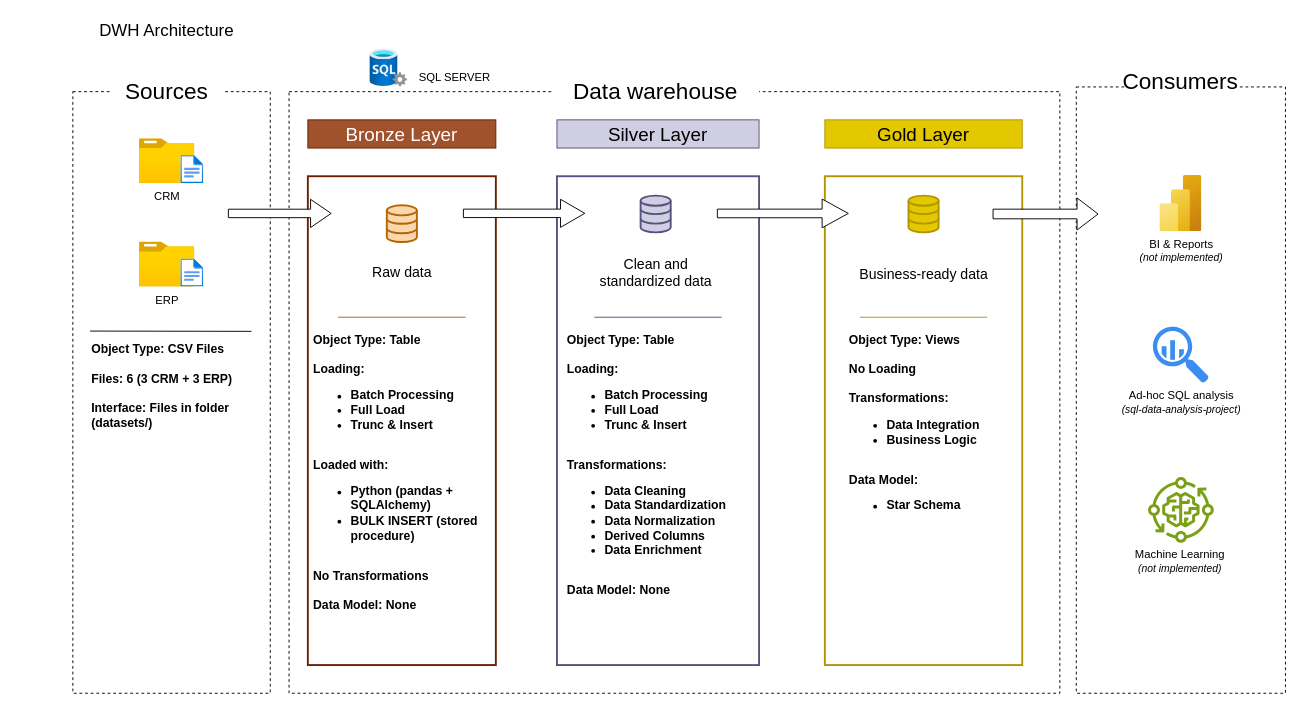
Teovi13/sql-data-warehouse-project keeps this draw.io diagram as docs/data_architecture.drawio. Above is the earlier version. Source tidied: cells renumbered, new cells numbered last; positions are measured from the earlier drawing's top-left corner, leaving out a move shared by most shapes. Both pictures are drawn from the tidied source at 94%, with x=0, y=0 at pixel (16, 16).
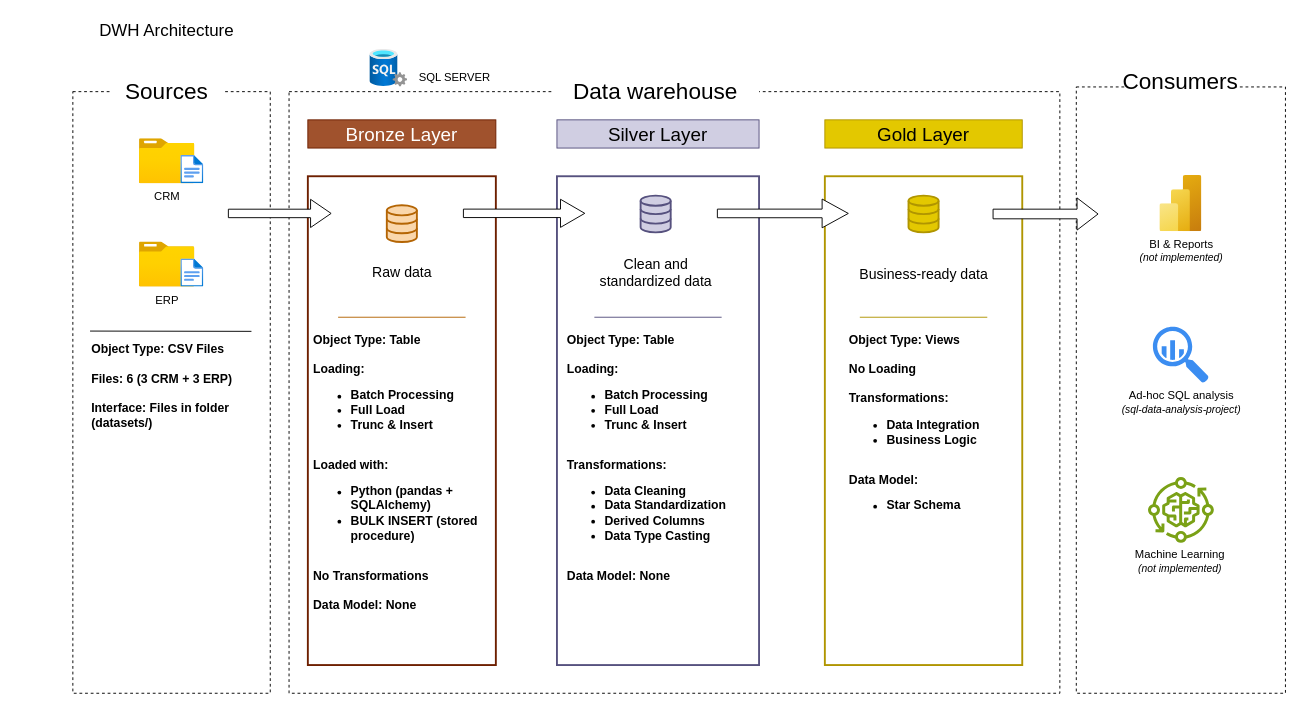
Above is the later version.

The edit, as a diff of the source:
```diff
@@
-    <mxCell id="34" value="&lt;div&gt;&lt;span style=&quot;font-size: 13px;&quot;&gt;&lt;b&gt;Object Type: Table&lt;/b&gt;&lt;/span&gt;&lt;/div&gt;&lt;div&gt;&lt;span style=&quot;font-size: 13px;&quot;&gt;&lt;b&gt;&lt;br&gt;&lt;/b&gt;&lt;/span&gt;&lt;/div&gt;&lt;div&gt;&lt;span style=&quot;font-size: 13px;&quot;&gt;&lt;b&gt;Loading:&lt;/b&gt;&lt;/span&gt;&lt;/div&gt;&lt;div&gt;&lt;ul&gt;&lt;li&gt;&lt;span style=&quot;font-size: 13px;&quot;&gt;&lt;b&gt;Batch Processing&lt;/b&gt;&lt;/span&gt;&lt;/li&gt;&lt;li&gt;&lt;span style=&quot;font-size: 13px;&quot;&gt;&lt;b&gt;Full Load&lt;/b&gt;&lt;/span&gt;&lt;/li&gt;&lt;li&gt;&lt;span style=&quot;font-size: 13px;&quot;&gt;&lt;b&gt;Trunc &amp;amp; Insert&lt;/b&gt;&lt;/span&gt;&lt;/li&gt;&lt;/ul&gt;&lt;/div&gt;&lt;div&gt;&lt;span style=&quot;font-size: 13px;&quot;&gt;&lt;b&gt;&lt;br&gt;&lt;/b&gt;&lt;/span&gt;&lt;/div&gt;&lt;div&gt;&lt;span style=&quot;font-size: 13px;&quot;&gt;&lt;b&gt;Transformations:&lt;/b&gt;&lt;/span&gt;&lt;/div&gt;&lt;div&gt;&lt;ul&gt;&lt;li&gt;&lt;span style=&quot;font-size: 13px;&quot;&gt;&lt;b&gt;Data Cleaning&lt;/b&gt;&lt;/span&gt;&lt;/li&gt;&lt;li&gt;&lt;span style=&quot;font-size: 13px;&quot;&gt;&lt;b&gt;Data Standardization&lt;/b&gt;&lt;/span&gt;&lt;/li&gt;&lt;li&gt;&lt;span style=&quot;font-size: 13px;&quot;&gt;&lt;b&gt;Data Normalization&lt;/b&gt;&lt;/span&gt;&lt;/li&gt;&lt;li&gt;&lt;span style=&quot;font-size: 13px;&quot;&gt;&lt;b&gt;Derived Columns&lt;/b&gt;&lt;/span&gt;&lt;/li&gt;&lt;li&gt;&lt;span style=&quot;font-size: 13px;&quot;&gt;&lt;b&gt;Data Enrichment&lt;/b&gt;&lt;/span&gt;&lt;/li&gt;&lt;/ul&gt;&lt;/div&gt;&lt;div&gt;&lt;span style=&quot;font-size: 13px;&quot;&gt;&lt;b&gt;&lt;br&gt;&lt;/b&gt;&lt;/span&gt;&lt;/div&gt;&lt;div&gt;&lt;span style=&quot;font-size: 13px;&quot;&gt;&lt;b&gt;Data Model: None&lt;/b&gt;&lt;/span&gt;&lt;/div&gt;" style="text;html=1;align=left;verticalAlign=top;whiteSpace=wrap;rounded=0;fontColor=#000000;strokeColor=none;" parent="1" vertex="1">
+    <mxCell id="34" value="&lt;div&gt;&lt;span style=&quot;font-size: 13px;&quot;&gt;&lt;b&gt;Object Type: Table&lt;/b&gt;&lt;/span&gt;&lt;/div&gt;&lt;div&gt;&lt;span style=&quot;font-size: 13px;&quot;&gt;&lt;b&gt;&lt;br&gt;&lt;/b&gt;&lt;/span&gt;&lt;/div&gt;&lt;div&gt;&lt;span style=&quot;font-size: 13px;&quot;&gt;&lt;b&gt;Loading:&lt;/b&gt;&lt;/span&gt;&lt;/div&gt;&lt;div&gt;&lt;ul&gt;&lt;li&gt;&lt;span style=&quot;font-size: 13px;&quot;&gt;&lt;b&gt;Batch Processing&lt;/b&gt;&lt;/span&gt;&lt;/li&gt;&lt;li&gt;&lt;span style=&quot;font-size: 13px;&quot;&gt;&lt;b&gt;Full Load&lt;/b&gt;&lt;/span&gt;&lt;/li&gt;&lt;li&gt;&lt;span style=&quot;font-size: 13px;&quot;&gt;&lt;b&gt;Trunc &amp;amp; Insert&lt;/b&gt;&lt;/span&gt;&lt;/li&gt;&lt;/ul&gt;&lt;/div&gt;&lt;div&gt;&lt;span style=&quot;font-size: 13px;&quot;&gt;&lt;b&gt;&lt;br&gt;&lt;/b&gt;&lt;/span&gt;&lt;/div&gt;&lt;div&gt;&lt;span style=&quot;font-size: 13px;&quot;&gt;&lt;b&gt;Transformations:&lt;/b&gt;&lt;/span&gt;&lt;/div&gt;&lt;div&gt;&lt;ul&gt;&lt;li&gt;&lt;span style=&quot;font-size: 13px;&quot;&gt;&lt;b&gt;Data Cleaning&lt;/b&gt;&lt;/span&gt;&lt;/li&gt;&lt;li&gt;&lt;span style=&quot;font-size: 13px;&quot;&gt;&lt;b&gt;Data Standardization&lt;/b&gt;&lt;/span&gt;&lt;/li&gt;&lt;li&gt;&lt;span style=&quot;font-size: 13px;&quot;&gt;&lt;b&gt;Derived Columns&lt;/b&gt;&lt;/span&gt;&lt;/li&gt;&lt;li&gt;&lt;span style=&quot;font-size: 13px;&quot;&gt;&lt;b&gt;Data Type Casting&lt;/b&gt;&lt;/span&gt;&lt;/li&gt;&lt;/ul&gt;&lt;/div&gt;&lt;div&gt;&lt;span style=&quot;font-size: 13px;&quot;&gt;&lt;b&gt;&lt;br&gt;&lt;/b&gt;&lt;/span&gt;&lt;/div&gt;&lt;div&gt;&lt;span style=&quot;font-size: 13px;&quot;&gt;&lt;b&gt;Data Model: None&lt;/b&gt;&lt;/span&gt;&lt;/div&gt;" style="text;html=1;align=left;verticalAlign=top;whiteSpace=wrap;rounded=0;fontColor=#000000;strokeColor=none;" parent="1" vertex="1">
       <mxGeometry x="584.2" y="330" width="191.5" height="340" as="geometry" />
     </mxCell>
```
